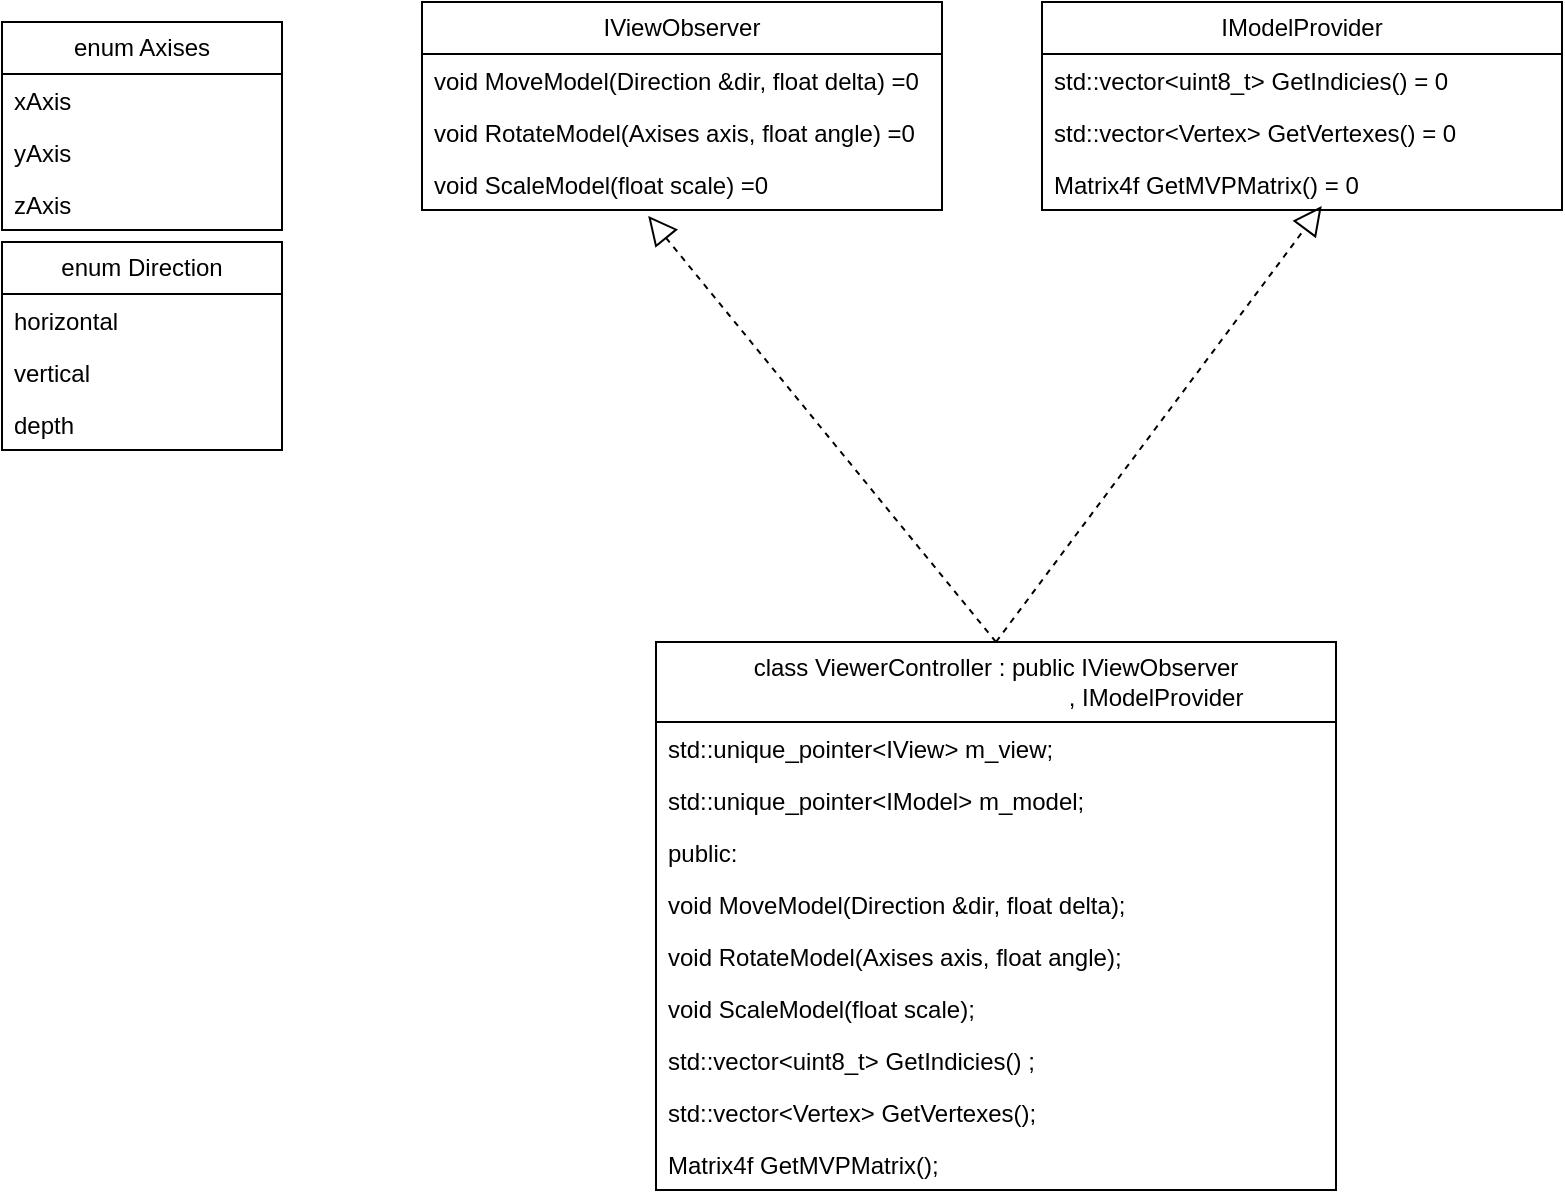
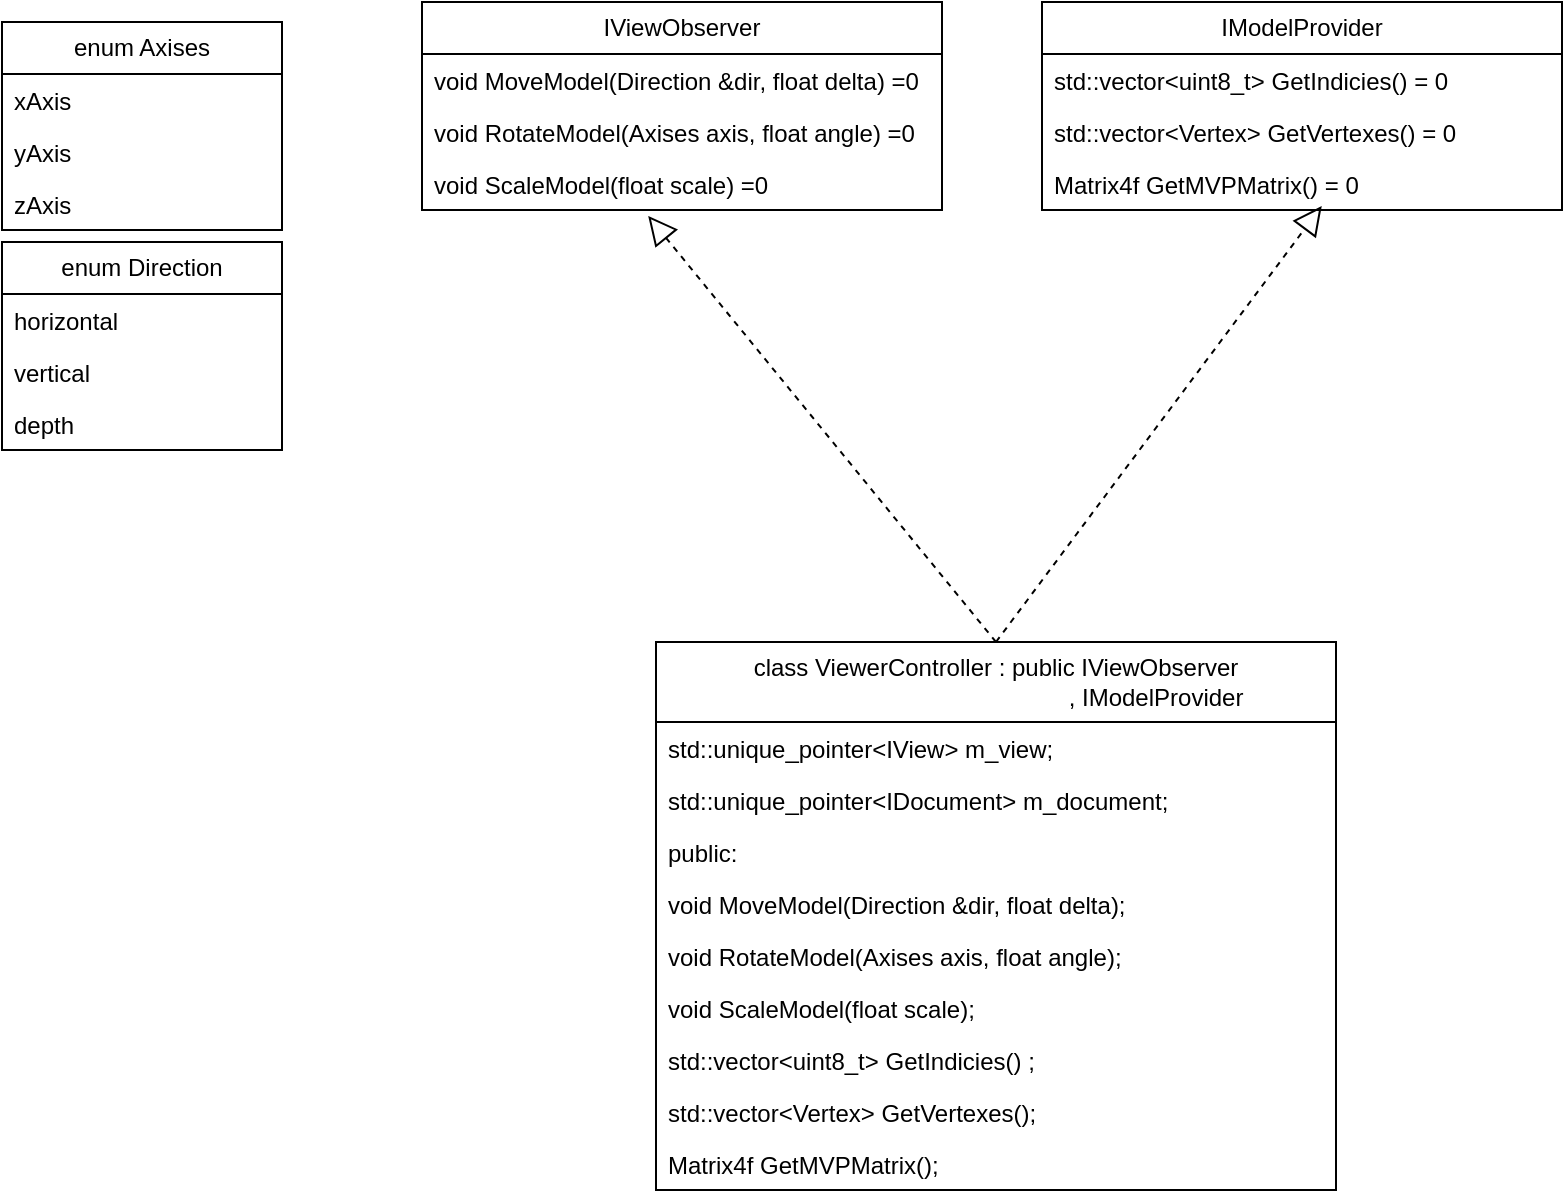
- <mxfile host="Electron" modified="2026-05-30T12:32:12.802Z" agent="Mozilla/5.0 (Windows NT 10.0; Win64; x64) AppleWebKit/537.36 (KHTML, like Gecko) draw.io/23.1.5 Chrome/120.0.6099.109 Electron/28.1.0 Safari/537.36" etag="K9HGPwxJrUoOjlXwRGyk" version="23.1.5" type="device">
+ <mxfile host="Electron" agent="Mozilla/5.0 (Windows NT 10.0; Win64; x64) AppleWebKit/537.36 (KHTML, like Gecko) draw.io/27.0.2 Chrome/134.0.6998.205 Electron/35.3.0 Safari/537.36" version="27.0.2">
  <diagram name="Страница — 1" id="xooTVmlDTv6Byq0W7m0P">
-     <mxGraphModel dx="1434" dy="844" grid="1" gridSize="10" guides="1" tooltips="1" connect="1" arrows="1" fold="1" page="1" pageScale="1" pageWidth="827" pageHeight="1169" math="0" shadow="0">
+     <mxGraphModel dx="1426" dy="849" grid="1" gridSize="10" guides="1" tooltips="1" connect="1" arrows="1" fold="1" page="1" pageScale="1" pageWidth="827" pageHeight="1169" math="0" shadow="0">
      <root>
        <mxCell id="0" />
        <mxCell id="1" parent="0" />
-         <mxCell id="x9t_ND5OE24gPLvLS51X-1" value="IViewObserver" style="swimlane;fontStyle=0;childLayout=stackLayout;horizontal=1;startSize=26;fillColor=none;horizontalStack=0;resizeParent=1;resizeParentMax=0;resizeLast=0;collapsible=1;marginBottom=0;whiteSpace=wrap;html=1;" vertex="1" parent="1">
+         <mxCell id="x9t_ND5OE24gPLvLS51X-1" value="IViewObserver" style="swimlane;fontStyle=0;childLayout=stackLayout;horizontal=1;startSize=26;fillColor=none;horizontalStack=0;resizeParent=1;resizeParentMax=0;resizeLast=0;collapsible=1;marginBottom=0;whiteSpace=wrap;html=1;" parent="1" vertex="1">
          <mxGeometry x="370" y="240" width="260" height="104" as="geometry" />
        </mxCell>
-         <mxCell id="x9t_ND5OE24gPLvLS51X-2" value="void MoveModel(Direction &amp;amp;dir, float delta) =0" style="text;strokeColor=none;fillColor=none;align=left;verticalAlign=top;spacingLeft=4;spacingRight=4;overflow=hidden;rotatable=0;points=[[0,0.5],[1,0.5]];portConstraint=eastwest;whiteSpace=wrap;html=1;" vertex="1" parent="x9t_ND5OE24gPLvLS51X-1">
+         <mxCell id="x9t_ND5OE24gPLvLS51X-2" value="void MoveModel(Direction &amp;amp;dir, float delta) =0" style="text;strokeColor=none;fillColor=none;align=left;verticalAlign=top;spacingLeft=4;spacingRight=4;overflow=hidden;rotatable=0;points=[[0,0.5],[1,0.5]];portConstraint=eastwest;whiteSpace=wrap;html=1;" parent="x9t_ND5OE24gPLvLS51X-1" vertex="1">
          <mxGeometry y="26" width="260" height="26" as="geometry" />
        </mxCell>
-         <mxCell id="x9t_ND5OE24gPLvLS51X-3" value="void RotateModel(Axises axis, float angle) =0" style="text;strokeColor=none;fillColor=none;align=left;verticalAlign=top;spacingLeft=4;spacingRight=4;overflow=hidden;rotatable=0;points=[[0,0.5],[1,0.5]];portConstraint=eastwest;whiteSpace=wrap;html=1;" vertex="1" parent="x9t_ND5OE24gPLvLS51X-1">
+         <mxCell id="x9t_ND5OE24gPLvLS51X-3" value="void RotateModel(Axises axis, float angle) =0" style="text;strokeColor=none;fillColor=none;align=left;verticalAlign=top;spacingLeft=4;spacingRight=4;overflow=hidden;rotatable=0;points=[[0,0.5],[1,0.5]];portConstraint=eastwest;whiteSpace=wrap;html=1;" parent="x9t_ND5OE24gPLvLS51X-1" vertex="1">
          <mxGeometry y="52" width="260" height="26" as="geometry" />
        </mxCell>
-         <mxCell id="x9t_ND5OE24gPLvLS51X-4" value="void ScaleModel(float scale) =0" style="text;strokeColor=none;fillColor=none;align=left;verticalAlign=top;spacingLeft=4;spacingRight=4;overflow=hidden;rotatable=0;points=[[0,0.5],[1,0.5]];portConstraint=eastwest;whiteSpace=wrap;html=1;" vertex="1" parent="x9t_ND5OE24gPLvLS51X-1">
+         <mxCell id="x9t_ND5OE24gPLvLS51X-4" value="void ScaleModel(float scale) =0" style="text;strokeColor=none;fillColor=none;align=left;verticalAlign=top;spacingLeft=4;spacingRight=4;overflow=hidden;rotatable=0;points=[[0,0.5],[1,0.5]];portConstraint=eastwest;whiteSpace=wrap;html=1;" parent="x9t_ND5OE24gPLvLS51X-1" vertex="1">
          <mxGeometry y="78" width="260" height="26" as="geometry" />
        </mxCell>
-         <mxCell id="x9t_ND5OE24gPLvLS51X-5" value="enum Axises" style="swimlane;fontStyle=0;childLayout=stackLayout;horizontal=1;startSize=26;fillColor=none;horizontalStack=0;resizeParent=1;resizeParentMax=0;resizeLast=0;collapsible=1;marginBottom=0;whiteSpace=wrap;html=1;" vertex="1" parent="1">
+         <mxCell id="x9t_ND5OE24gPLvLS51X-5" value="enum Axises" style="swimlane;fontStyle=0;childLayout=stackLayout;horizontal=1;startSize=26;fillColor=none;horizontalStack=0;resizeParent=1;resizeParentMax=0;resizeLast=0;collapsible=1;marginBottom=0;whiteSpace=wrap;html=1;" parent="1" vertex="1">
          <mxGeometry x="160" y="250" width="140" height="104" as="geometry" />
        </mxCell>
-         <mxCell id="x9t_ND5OE24gPLvLS51X-6" value="xAxis" style="text;strokeColor=none;fillColor=none;align=left;verticalAlign=top;spacingLeft=4;spacingRight=4;overflow=hidden;rotatable=0;points=[[0,0.5],[1,0.5]];portConstraint=eastwest;whiteSpace=wrap;html=1;" vertex="1" parent="x9t_ND5OE24gPLvLS51X-5">
+         <mxCell id="x9t_ND5OE24gPLvLS51X-6" value="xAxis" style="text;strokeColor=none;fillColor=none;align=left;verticalAlign=top;spacingLeft=4;spacingRight=4;overflow=hidden;rotatable=0;points=[[0,0.5],[1,0.5]];portConstraint=eastwest;whiteSpace=wrap;html=1;" parent="x9t_ND5OE24gPLvLS51X-5" vertex="1">
          <mxGeometry y="26" width="140" height="26" as="geometry" />
        </mxCell>
-         <mxCell id="x9t_ND5OE24gPLvLS51X-7" value="yAxis" style="text;strokeColor=none;fillColor=none;align=left;verticalAlign=top;spacingLeft=4;spacingRight=4;overflow=hidden;rotatable=0;points=[[0,0.5],[1,0.5]];portConstraint=eastwest;whiteSpace=wrap;html=1;" vertex="1" parent="x9t_ND5OE24gPLvLS51X-5">
+         <mxCell id="x9t_ND5OE24gPLvLS51X-7" value="yAxis" style="text;strokeColor=none;fillColor=none;align=left;verticalAlign=top;spacingLeft=4;spacingRight=4;overflow=hidden;rotatable=0;points=[[0,0.5],[1,0.5]];portConstraint=eastwest;whiteSpace=wrap;html=1;" parent="x9t_ND5OE24gPLvLS51X-5" vertex="1">
          <mxGeometry y="52" width="140" height="26" as="geometry" />
        </mxCell>
-         <mxCell id="x9t_ND5OE24gPLvLS51X-8" value="zAxis" style="text;strokeColor=none;fillColor=none;align=left;verticalAlign=top;spacingLeft=4;spacingRight=4;overflow=hidden;rotatable=0;points=[[0,0.5],[1,0.5]];portConstraint=eastwest;whiteSpace=wrap;html=1;" vertex="1" parent="x9t_ND5OE24gPLvLS51X-5">
+         <mxCell id="x9t_ND5OE24gPLvLS51X-8" value="zAxis" style="text;strokeColor=none;fillColor=none;align=left;verticalAlign=top;spacingLeft=4;spacingRight=4;overflow=hidden;rotatable=0;points=[[0,0.5],[1,0.5]];portConstraint=eastwest;whiteSpace=wrap;html=1;" parent="x9t_ND5OE24gPLvLS51X-5" vertex="1">
          <mxGeometry y="78" width="140" height="26" as="geometry" />
        </mxCell>
-         <mxCell id="x9t_ND5OE24gPLvLS51X-9" value="enum Direction" style="swimlane;fontStyle=0;childLayout=stackLayout;horizontal=1;startSize=26;fillColor=none;horizontalStack=0;resizeParent=1;resizeParentMax=0;resizeLast=0;collapsible=1;marginBottom=0;whiteSpace=wrap;html=1;" vertex="1" parent="1">
+         <mxCell id="x9t_ND5OE24gPLvLS51X-9" value="enum Direction" style="swimlane;fontStyle=0;childLayout=stackLayout;horizontal=1;startSize=26;fillColor=none;horizontalStack=0;resizeParent=1;resizeParentMax=0;resizeLast=0;collapsible=1;marginBottom=0;whiteSpace=wrap;html=1;" parent="1" vertex="1">
          <mxGeometry x="160" y="360" width="140" height="104" as="geometry" />
        </mxCell>
-         <mxCell id="x9t_ND5OE24gPLvLS51X-10" value="horizontal" style="text;strokeColor=none;fillColor=none;align=left;verticalAlign=top;spacingLeft=4;spacingRight=4;overflow=hidden;rotatable=0;points=[[0,0.5],[1,0.5]];portConstraint=eastwest;whiteSpace=wrap;html=1;" vertex="1" parent="x9t_ND5OE24gPLvLS51X-9">
+         <mxCell id="x9t_ND5OE24gPLvLS51X-10" value="horizontal" style="text;strokeColor=none;fillColor=none;align=left;verticalAlign=top;spacingLeft=4;spacingRight=4;overflow=hidden;rotatable=0;points=[[0,0.5],[1,0.5]];portConstraint=eastwest;whiteSpace=wrap;html=1;" parent="x9t_ND5OE24gPLvLS51X-9" vertex="1">
          <mxGeometry y="26" width="140" height="26" as="geometry" />
        </mxCell>
-         <mxCell id="x9t_ND5OE24gPLvLS51X-11" value="vertical" style="text;strokeColor=none;fillColor=none;align=left;verticalAlign=top;spacingLeft=4;spacingRight=4;overflow=hidden;rotatable=0;points=[[0,0.5],[1,0.5]];portConstraint=eastwest;whiteSpace=wrap;html=1;" vertex="1" parent="x9t_ND5OE24gPLvLS51X-9">
+         <mxCell id="x9t_ND5OE24gPLvLS51X-11" value="vertical" style="text;strokeColor=none;fillColor=none;align=left;verticalAlign=top;spacingLeft=4;spacingRight=4;overflow=hidden;rotatable=0;points=[[0,0.5],[1,0.5]];portConstraint=eastwest;whiteSpace=wrap;html=1;" parent="x9t_ND5OE24gPLvLS51X-9" vertex="1">
          <mxGeometry y="52" width="140" height="26" as="geometry" />
        </mxCell>
-         <mxCell id="x9t_ND5OE24gPLvLS51X-12" value="depth" style="text;strokeColor=none;fillColor=none;align=left;verticalAlign=top;spacingLeft=4;spacingRight=4;overflow=hidden;rotatable=0;points=[[0,0.5],[1,0.5]];portConstraint=eastwest;whiteSpace=wrap;html=1;" vertex="1" parent="x9t_ND5OE24gPLvLS51X-9">
+         <mxCell id="x9t_ND5OE24gPLvLS51X-12" value="depth" style="text;strokeColor=none;fillColor=none;align=left;verticalAlign=top;spacingLeft=4;spacingRight=4;overflow=hidden;rotatable=0;points=[[0,0.5],[1,0.5]];portConstraint=eastwest;whiteSpace=wrap;html=1;" parent="x9t_ND5OE24gPLvLS51X-9" vertex="1">
          <mxGeometry y="78" width="140" height="26" as="geometry" />
        </mxCell>
-         <mxCell id="x9t_ND5OE24gPLvLS51X-13" value="IModelProvider" style="swimlane;fontStyle=0;childLayout=stackLayout;horizontal=1;startSize=26;fillColor=none;horizontalStack=0;resizeParent=1;resizeParentMax=0;resizeLast=0;collapsible=1;marginBottom=0;whiteSpace=wrap;html=1;" vertex="1" parent="1">
+         <mxCell id="x9t_ND5OE24gPLvLS51X-13" value="IModelProvider" style="swimlane;fontStyle=0;childLayout=stackLayout;horizontal=1;startSize=26;fillColor=none;horizontalStack=0;resizeParent=1;resizeParentMax=0;resizeLast=0;collapsible=1;marginBottom=0;whiteSpace=wrap;html=1;" parent="1" vertex="1">
          <mxGeometry x="680" y="240" width="260" height="104" as="geometry" />
        </mxCell>
-         <mxCell id="x9t_ND5OE24gPLvLS51X-14" value="std::vector&amp;lt;uint8_t&amp;gt; GetIndicies() = 0" style="text;strokeColor=none;fillColor=none;align=left;verticalAlign=top;spacingLeft=4;spacingRight=4;overflow=hidden;rotatable=0;points=[[0,0.5],[1,0.5]];portConstraint=eastwest;whiteSpace=wrap;html=1;" vertex="1" parent="x9t_ND5OE24gPLvLS51X-13">
+         <mxCell id="x9t_ND5OE24gPLvLS51X-14" value="std::vector&amp;lt;uint8_t&amp;gt; GetIndicies() = 0" style="text;strokeColor=none;fillColor=none;align=left;verticalAlign=top;spacingLeft=4;spacingRight=4;overflow=hidden;rotatable=0;points=[[0,0.5],[1,0.5]];portConstraint=eastwest;whiteSpace=wrap;html=1;" parent="x9t_ND5OE24gPLvLS51X-13" vertex="1">
          <mxGeometry y="26" width="260" height="26" as="geometry" />
        </mxCell>
-         <mxCell id="x9t_ND5OE24gPLvLS51X-15" value="std::vector&amp;lt;Vertex&amp;gt; GetVertexes() = 0" style="text;strokeColor=none;fillColor=none;align=left;verticalAlign=top;spacingLeft=4;spacingRight=4;overflow=hidden;rotatable=0;points=[[0,0.5],[1,0.5]];portConstraint=eastwest;whiteSpace=wrap;html=1;" vertex="1" parent="x9t_ND5OE24gPLvLS51X-13">
+         <mxCell id="x9t_ND5OE24gPLvLS51X-15" value="std::vector&amp;lt;Vertex&amp;gt; GetVertexes() = 0" style="text;strokeColor=none;fillColor=none;align=left;verticalAlign=top;spacingLeft=4;spacingRight=4;overflow=hidden;rotatable=0;points=[[0,0.5],[1,0.5]];portConstraint=eastwest;whiteSpace=wrap;html=1;" parent="x9t_ND5OE24gPLvLS51X-13" vertex="1">
          <mxGeometry y="52" width="260" height="26" as="geometry" />
        </mxCell>
-         <mxCell id="x9t_ND5OE24gPLvLS51X-16" value="Matrix4f GetMVPMatrix() = 0" style="text;strokeColor=none;fillColor=none;align=left;verticalAlign=top;spacingLeft=4;spacingRight=4;overflow=hidden;rotatable=0;points=[[0,0.5],[1,0.5]];portConstraint=eastwest;whiteSpace=wrap;html=1;" vertex="1" parent="x9t_ND5OE24gPLvLS51X-13">
+         <mxCell id="x9t_ND5OE24gPLvLS51X-16" value="Matrix4f GetMVPMatrix() = 0" style="text;strokeColor=none;fillColor=none;align=left;verticalAlign=top;spacingLeft=4;spacingRight=4;overflow=hidden;rotatable=0;points=[[0,0.5],[1,0.5]];portConstraint=eastwest;whiteSpace=wrap;html=1;" parent="x9t_ND5OE24gPLvLS51X-13" vertex="1">
          <mxGeometry y="78" width="260" height="26" as="geometry" />
        </mxCell>
-         <mxCell id="x9t_ND5OE24gPLvLS51X-17" value="class ViewerController : public IViewObserver&lt;br&gt;&amp;nbsp; &amp;nbsp; &amp;nbsp; &amp;nbsp; &amp;nbsp; &amp;nbsp; &amp;nbsp; &amp;nbsp; &amp;nbsp; &amp;nbsp; &amp;nbsp; &amp;nbsp; &amp;nbsp; &amp;nbsp; &amp;nbsp; &amp;nbsp; &amp;nbsp; &amp;nbsp; &amp;nbsp; &amp;nbsp; &amp;nbsp; &amp;nbsp; &amp;nbsp; &amp;nbsp; , IModelProvider" style="swimlane;fontStyle=0;childLayout=stackLayout;horizontal=1;startSize=40;fillColor=none;horizontalStack=0;resizeParent=1;resizeParentMax=0;resizeLast=0;collapsible=1;marginBottom=0;whiteSpace=wrap;html=1;" vertex="1" parent="1">
+         <mxCell id="x9t_ND5OE24gPLvLS51X-17" value="class ViewerController : public IViewObserver&lt;br&gt;&amp;nbsp; &amp;nbsp; &amp;nbsp; &amp;nbsp; &amp;nbsp; &amp;nbsp; &amp;nbsp; &amp;nbsp; &amp;nbsp; &amp;nbsp; &amp;nbsp; &amp;nbsp; &amp;nbsp; &amp;nbsp; &amp;nbsp; &amp;nbsp; &amp;nbsp; &amp;nbsp; &amp;nbsp; &amp;nbsp; &amp;nbsp; &amp;nbsp; &amp;nbsp; &amp;nbsp; , IModelProvider" style="swimlane;fontStyle=0;childLayout=stackLayout;horizontal=1;startSize=40;fillColor=none;horizontalStack=0;resizeParent=1;resizeParentMax=0;resizeLast=0;collapsible=1;marginBottom=0;whiteSpace=wrap;html=1;" parent="1" vertex="1">
          <mxGeometry x="487" y="560" width="340" height="274" as="geometry" />
        </mxCell>
-         <mxCell id="x9t_ND5OE24gPLvLS51X-18" value="std::unique_pointer&amp;lt;IView&amp;gt; m_view;" style="text;strokeColor=none;fillColor=none;align=left;verticalAlign=top;spacingLeft=4;spacingRight=4;overflow=hidden;rotatable=0;points=[[0,0.5],[1,0.5]];portConstraint=eastwest;whiteSpace=wrap;html=1;" vertex="1" parent="x9t_ND5OE24gPLvLS51X-17">
+         <mxCell id="x9t_ND5OE24gPLvLS51X-18" value="std::unique_pointer&amp;lt;IView&amp;gt; m_view;" style="text;strokeColor=none;fillColor=none;align=left;verticalAlign=top;spacingLeft=4;spacingRight=4;overflow=hidden;rotatable=0;points=[[0,0.5],[1,0.5]];portConstraint=eastwest;whiteSpace=wrap;html=1;" parent="x9t_ND5OE24gPLvLS51X-17" vertex="1">
          <mxGeometry y="40" width="340" height="26" as="geometry" />
        </mxCell>
-         <mxCell id="x9t_ND5OE24gPLvLS51X-19" value="std::unique_pointer&amp;lt;IModel&amp;gt; m_model;" style="text;strokeColor=none;fillColor=none;align=left;verticalAlign=top;spacingLeft=4;spacingRight=4;overflow=hidden;rotatable=0;points=[[0,0.5],[1,0.5]];portConstraint=eastwest;whiteSpace=wrap;html=1;" vertex="1" parent="x9t_ND5OE24gPLvLS51X-17">
+         <mxCell id="x9t_ND5OE24gPLvLS51X-19" value="std::unique_pointer&amp;lt;IDocument&amp;gt; m_document;" style="text;strokeColor=none;fillColor=none;align=left;verticalAlign=top;spacingLeft=4;spacingRight=4;overflow=hidden;rotatable=0;points=[[0,0.5],[1,0.5]];portConstraint=eastwest;whiteSpace=wrap;html=1;" parent="x9t_ND5OE24gPLvLS51X-17" vertex="1">
          <mxGeometry y="66" width="340" height="26" as="geometry" />
        </mxCell>
-         <mxCell id="x9t_ND5OE24gPLvLS51X-20" value="public:" style="text;strokeColor=none;fillColor=none;align=left;verticalAlign=top;spacingLeft=4;spacingRight=4;overflow=hidden;rotatable=0;points=[[0,0.5],[1,0.5]];portConstraint=eastwest;whiteSpace=wrap;html=1;" vertex="1" parent="x9t_ND5OE24gPLvLS51X-17">
+         <mxCell id="x9t_ND5OE24gPLvLS51X-20" value="public:" style="text;strokeColor=none;fillColor=none;align=left;verticalAlign=top;spacingLeft=4;spacingRight=4;overflow=hidden;rotatable=0;points=[[0,0.5],[1,0.5]];portConstraint=eastwest;whiteSpace=wrap;html=1;" parent="x9t_ND5OE24gPLvLS51X-17" vertex="1">
          <mxGeometry y="92" width="340" height="26" as="geometry" />
        </mxCell>
-         <mxCell id="x9t_ND5OE24gPLvLS51X-21" value="void MoveModel(Direction &amp;amp;dir, float delta);" style="text;strokeColor=none;fillColor=none;align=left;verticalAlign=top;spacingLeft=4;spacingRight=4;overflow=hidden;rotatable=0;points=[[0,0.5],[1,0.5]];portConstraint=eastwest;whiteSpace=wrap;html=1;" vertex="1" parent="x9t_ND5OE24gPLvLS51X-17">
+         <mxCell id="x9t_ND5OE24gPLvLS51X-21" value="void MoveModel(Direction &amp;amp;dir, float delta);" style="text;strokeColor=none;fillColor=none;align=left;verticalAlign=top;spacingLeft=4;spacingRight=4;overflow=hidden;rotatable=0;points=[[0,0.5],[1,0.5]];portConstraint=eastwest;whiteSpace=wrap;html=1;" parent="x9t_ND5OE24gPLvLS51X-17" vertex="1">
          <mxGeometry y="118" width="340" height="26" as="geometry" />
        </mxCell>
-         <mxCell id="x9t_ND5OE24gPLvLS51X-27" value="void RotateModel(Axises axis, float angle);" style="text;strokeColor=none;fillColor=none;align=left;verticalAlign=top;spacingLeft=4;spacingRight=4;overflow=hidden;rotatable=0;points=[[0,0.5],[1,0.5]];portConstraint=eastwest;whiteSpace=wrap;html=1;" vertex="1" parent="x9t_ND5OE24gPLvLS51X-17">
+         <mxCell id="x9t_ND5OE24gPLvLS51X-27" value="void RotateModel(Axises axis, float angle);" style="text;strokeColor=none;fillColor=none;align=left;verticalAlign=top;spacingLeft=4;spacingRight=4;overflow=hidden;rotatable=0;points=[[0,0.5],[1,0.5]];portConstraint=eastwest;whiteSpace=wrap;html=1;" parent="x9t_ND5OE24gPLvLS51X-17" vertex="1">
          <mxGeometry y="144" width="340" height="26" as="geometry" />
        </mxCell>
-         <mxCell id="x9t_ND5OE24gPLvLS51X-28" value="void ScaleModel(float scale);" style="text;strokeColor=none;fillColor=none;align=left;verticalAlign=top;spacingLeft=4;spacingRight=4;overflow=hidden;rotatable=0;points=[[0,0.5],[1,0.5]];portConstraint=eastwest;whiteSpace=wrap;html=1;" vertex="1" parent="x9t_ND5OE24gPLvLS51X-17">
+         <mxCell id="x9t_ND5OE24gPLvLS51X-28" value="void ScaleModel(float scale);" style="text;strokeColor=none;fillColor=none;align=left;verticalAlign=top;spacingLeft=4;spacingRight=4;overflow=hidden;rotatable=0;points=[[0,0.5],[1,0.5]];portConstraint=eastwest;whiteSpace=wrap;html=1;" parent="x9t_ND5OE24gPLvLS51X-17" vertex="1">
          <mxGeometry y="170" width="340" height="26" as="geometry" />
        </mxCell>
-         <mxCell id="x9t_ND5OE24gPLvLS51X-29" value="std::vector&amp;lt;uint8_t&amp;gt; GetIndicies() ;" style="text;strokeColor=none;fillColor=none;align=left;verticalAlign=top;spacingLeft=4;spacingRight=4;overflow=hidden;rotatable=0;points=[[0,0.5],[1,0.5]];portConstraint=eastwest;whiteSpace=wrap;html=1;" vertex="1" parent="x9t_ND5OE24gPLvLS51X-17">
+         <mxCell id="x9t_ND5OE24gPLvLS51X-29" value="std::vector&amp;lt;uint8_t&amp;gt; GetIndicies() ;" style="text;strokeColor=none;fillColor=none;align=left;verticalAlign=top;spacingLeft=4;spacingRight=4;overflow=hidden;rotatable=0;points=[[0,0.5],[1,0.5]];portConstraint=eastwest;whiteSpace=wrap;html=1;" parent="x9t_ND5OE24gPLvLS51X-17" vertex="1">
          <mxGeometry y="196" width="340" height="26" as="geometry" />
        </mxCell>
-         <mxCell id="x9t_ND5OE24gPLvLS51X-30" value="std::vector&amp;lt;Vertex&amp;gt; GetVertexes();" style="text;strokeColor=none;fillColor=none;align=left;verticalAlign=top;spacingLeft=4;spacingRight=4;overflow=hidden;rotatable=0;points=[[0,0.5],[1,0.5]];portConstraint=eastwest;whiteSpace=wrap;html=1;" vertex="1" parent="x9t_ND5OE24gPLvLS51X-17">
+         <mxCell id="x9t_ND5OE24gPLvLS51X-30" value="std::vector&amp;lt;Vertex&amp;gt; GetVertexes();" style="text;strokeColor=none;fillColor=none;align=left;verticalAlign=top;spacingLeft=4;spacingRight=4;overflow=hidden;rotatable=0;points=[[0,0.5],[1,0.5]];portConstraint=eastwest;whiteSpace=wrap;html=1;" parent="x9t_ND5OE24gPLvLS51X-17" vertex="1">
          <mxGeometry y="222" width="340" height="26" as="geometry" />
        </mxCell>
-         <mxCell id="x9t_ND5OE24gPLvLS51X-31" value="Matrix4f GetMVPMatrix();" style="text;strokeColor=none;fillColor=none;align=left;verticalAlign=top;spacingLeft=4;spacingRight=4;overflow=hidden;rotatable=0;points=[[0,0.5],[1,0.5]];portConstraint=eastwest;whiteSpace=wrap;html=1;" vertex="1" parent="x9t_ND5OE24gPLvLS51X-17">
+         <mxCell id="x9t_ND5OE24gPLvLS51X-31" value="Matrix4f GetMVPMatrix();" style="text;strokeColor=none;fillColor=none;align=left;verticalAlign=top;spacingLeft=4;spacingRight=4;overflow=hidden;rotatable=0;points=[[0,0.5],[1,0.5]];portConstraint=eastwest;whiteSpace=wrap;html=1;" parent="x9t_ND5OE24gPLvLS51X-17" vertex="1">
          <mxGeometry y="248" width="340" height="26" as="geometry" />
        </mxCell>
-         <mxCell id="x9t_ND5OE24gPLvLS51X-43" value="" style="endArrow=block;dashed=1;endFill=0;endSize=12;html=1;rounded=0;entryX=0.435;entryY=1.115;entryDx=0;entryDy=0;entryPerimeter=0;exitX=0.5;exitY=0;exitDx=0;exitDy=0;" edge="1" parent="1" source="x9t_ND5OE24gPLvLS51X-17" target="x9t_ND5OE24gPLvLS51X-4">
+         <mxCell id="x9t_ND5OE24gPLvLS51X-43" value="" style="endArrow=block;dashed=1;endFill=0;endSize=12;html=1;rounded=0;entryX=0.435;entryY=1.115;entryDx=0;entryDy=0;entryPerimeter=0;exitX=0.5;exitY=0;exitDx=0;exitDy=0;" parent="1" source="x9t_ND5OE24gPLvLS51X-17" target="x9t_ND5OE24gPLvLS51X-4" edge="1">
          <mxGeometry width="160" relative="1" as="geometry">
            <mxPoint x="400" y="530" as="sourcePoint" />
            <mxPoint x="560" y="530" as="targetPoint" />
          </mxGeometry>
        </mxCell>
-         <mxCell id="x9t_ND5OE24gPLvLS51X-44" value="" style="endArrow=block;dashed=1;endFill=0;endSize=12;html=1;rounded=0;entryX=0.538;entryY=0.923;entryDx=0;entryDy=0;entryPerimeter=0;exitX=0.5;exitY=0;exitDx=0;exitDy=0;" edge="1" parent="1" source="x9t_ND5OE24gPLvLS51X-17" target="x9t_ND5OE24gPLvLS51X-16">
+         <mxCell id="x9t_ND5OE24gPLvLS51X-44" value="" style="endArrow=block;dashed=1;endFill=0;endSize=12;html=1;rounded=0;entryX=0.538;entryY=0.923;entryDx=0;entryDy=0;entryPerimeter=0;exitX=0.5;exitY=0;exitDx=0;exitDy=0;" parent="1" source="x9t_ND5OE24gPLvLS51X-17" target="x9t_ND5OE24gPLvLS51X-16" edge="1">
          <mxGeometry width="160" relative="1" as="geometry">
            <mxPoint x="400" y="530" as="sourcePoint" />
            <mxPoint x="560" y="530" as="targetPoint" />
          </mxGeometry>
        </mxCell>
      </root>
    </mxGraphModel>
  </diagram>
</mxfile>
